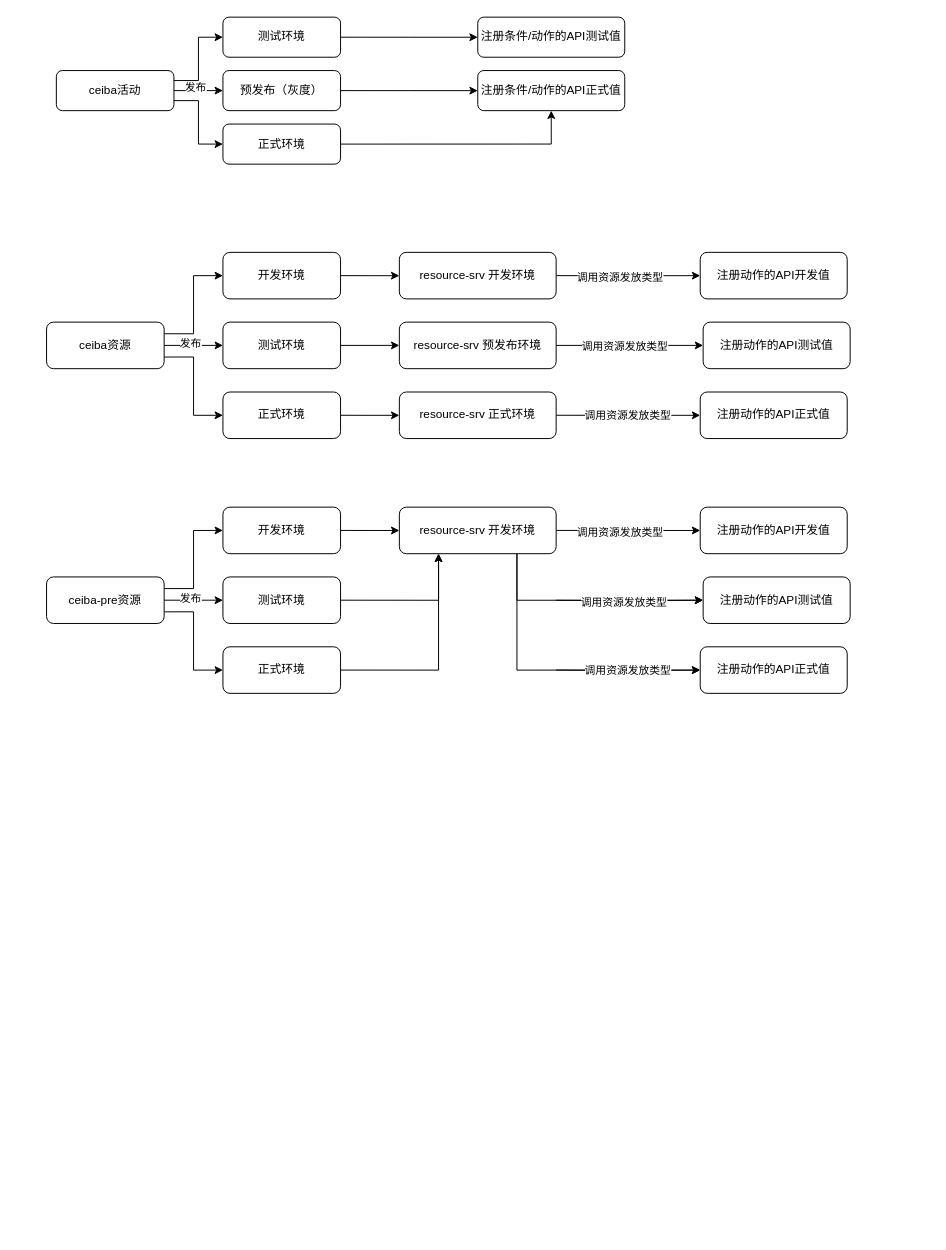
The draw.io diagram docs.drawio in axtrur/resource, before the edit. Source tidied: cells renumbered, new cells numbered last; positions are measured from the earlier drawing's top-left corner, leaving out a move shared by most shapes. Both pictures are drawn from the tidied source at 98%, with x=0, y=0 at pixel (46, 17).
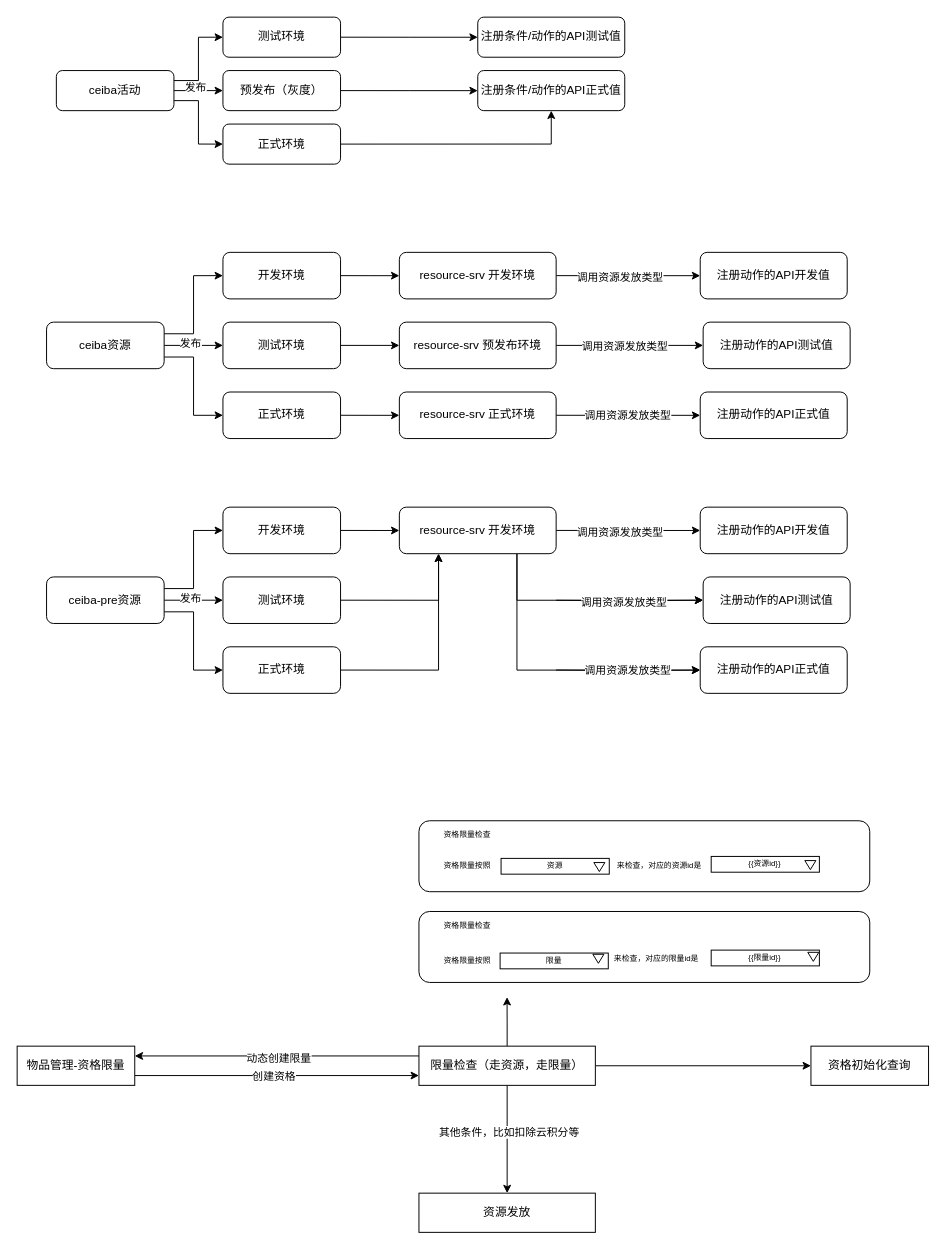
Above is the later version.

What changed in the source:
```diff
@@
+    <mxCell id="68" style="edgeStyle=orthogonalEdgeStyle;rounded=0;jettySize=auto;html=1;exitX=1;exitY=0.75;exitDx=0;exitDy=0;entryX=0;entryY=0.75;entryDx=0;entryDy=0;" parent="1" edge="1" source="70" target="77">
+      <mxGeometry relative="1" as="geometry" />
+    </mxCell>
+    <mxCell id="69" value="创建资格" style="edgeLabel;html=1;align=center;verticalAlign=middle;" parent="68" vertex="1">
+      <mxGeometry x="-0.41" y="3" relative="1" as="geometry">
+        <mxPoint x="55" y="3" as="offset" />
+      </mxGeometry>
+    </mxCell>
+    <mxCell id="70" value="物品管理-资格限量" style="rounded=0;whiteSpace=wrap;html=1;" parent="1" vertex="1">
+      <mxGeometry x="-30" y="1050" width="120" height="40" as="geometry" />
+    </mxCell>
+    <mxCell id="71" style="edgeStyle=orthogonalEdgeStyle;rounded=0;jettySize=auto;html=1;exitX=0.5;exitY=1;exitDx=0;exitDy=0;entryX=0.5;entryY=0;entryDx=0;entryDy=0;" parent="1" edge="1" source="77" target="78">
+      <mxGeometry relative="1" as="geometry" />
+    </mxCell>
+    <mxCell id="72" value="其他条件，比如扣除云积分等" style="edgeLabel;html=1;align=center;verticalAlign=middle;" parent="71" vertex="1">
+      <mxGeometry x="-0.15" y="1" relative="1" as="geometry" />
+    </mxCell>
+    <mxCell id="73" style="edgeStyle=orthogonalEdgeStyle;rounded=0;jettySize=auto;html=1;exitX=0;exitY=0.25;exitDx=0;exitDy=0;entryX=1;entryY=0.25;entryDx=0;entryDy=0;" parent="1" edge="1" source="77" target="70">
+      <mxGeometry relative="1" as="geometry" />
+    </mxCell>
+    <mxCell id="74" value="动态创建限量" style="edgeLabel;html=1;align=center;verticalAlign=middle;" parent="73" vertex="1">
+      <mxGeometry x="-0.01" y="2" relative="1" as="geometry" />
+    </mxCell>
+    <mxCell id="75" style="edgeStyle=orthogonalEdgeStyle;rounded=0;jettySize=auto;html=1;exitX=1;exitY=0.5;exitDx=0;exitDy=0;" parent="1" edge="1" source="77" target="79">
+      <mxGeometry relative="1" as="geometry" />
+    </mxCell>
+    <mxCell id="76" style="edgeStyle=orthogonalEdgeStyle;rounded=0;jettySize=auto;html=1;exitX=0.5;exitY=0;exitDx=0;exitDy=0;" parent="1" edge="1" source="77">
+      <mxGeometry relative="1" as="geometry">
+        <mxPoint x="469.9" y="1000" as="targetPoint" />
+      </mxGeometry>
+    </mxCell>
+    <mxCell id="77" value="限量检查（走资源，走限量）" style="rounded=0;whiteSpace=wrap;html=1;" parent="1" vertex="1">
+      <mxGeometry x="380" y="1050" width="180" height="40" as="geometry" />
+    </mxCell>
+    <mxCell id="78" value="资源发放" style="rounded=0;whiteSpace=wrap;html=1;" parent="1" vertex="1">
+      <mxGeometry x="380" y="1200" width="180" height="40" as="geometry" />
+    </mxCell>
+    <mxCell id="79" value="资格初始化查询" style="rounded=0;whiteSpace=wrap;html=1;" parent="1" vertex="1">
+      <mxGeometry x="780" y="1050" width="120" height="40" as="geometry" />
+    </mxCell>
+    <mxCell id="80" style="group;" parent="1" vertex="1">
+      <mxGeometry x="380" y="820" width="460" height="165" as="geometry" />
+    </mxCell>
+    <mxCell id="81" style="rounded=1;whiteSpace=wrap;html=1;fontSize=8;" parent="80" vertex="1">
+      <mxGeometry width="460" height="72.4" as="geometry" />
+    </mxCell>
+    <mxCell id="82" value="资源" style="rounded=0;whiteSpace=wrap;html=1;fontSize=8;" parent="80" vertex="1">
+      <mxGeometry x="83.8" y="38.4" width="110.4" height="16.1" as="geometry" />
+    </mxCell>
+    <mxCell id="83" value="{{资源id}}" style="rounded=0;whiteSpace=wrap;html=1;fontSize=8;" parent="80" vertex="1">
+      <mxGeometry x="298.2" y="36.4" width="110.4" height="16.1" as="geometry" />
+    </mxCell>
+    <mxCell id="84" style="triangle;whiteSpace=wrap;html=1;rotation=90;fontSize=8;" parent="80" vertex="1">
+      <mxGeometry x="179.5" y="41.6" width="9.2" height="11.3" as="geometry" />
+    </mxCell>
+    <mxCell id="85" style="triangle;whiteSpace=wrap;html=1;rotation=90;fontSize=8;" parent="80" vertex="1">
+      <mxGeometry x="394.8" y="39.6" width="9.2" height="11.3" as="geometry" />
+    </mxCell>
+    <mxCell id="86" value="资格限量检查" style="text;html=1;align=center;verticalAlign=middle;strokeColor=none;fillColor=none;fontSize=8;" parent="80" vertex="1">
+      <mxGeometry x="13.8" y="4" width="70" height="20" as="geometry" />
+    </mxCell>
+    <mxCell id="87" value="资格限量按照" style="text;html=1;align=center;verticalAlign=middle;strokeColor=none;fillColor=none;fontSize=8;" parent="80" vertex="1">
+      <mxGeometry x="13.8" y="36.2" width="70" height="20" as="geometry" />
+    </mxCell>
+    <mxCell id="88" value="来检查，对应的资源id是" style="text;html=1;align=center;verticalAlign=middle;strokeColor=none;fillColor=none;fontSize=8;" parent="80" vertex="1">
+      <mxGeometry x="190.1" y="36.2" width="110" height="20" as="geometry" />
+    </mxCell>
+    <mxCell id="89" style="rounded=1;whiteSpace=wrap;html=1;fontSize=8;" parent="80" vertex="1">
+      <mxGeometry y="92.6" width="460" height="72.4" as="geometry" />
+    </mxCell>
+    <mxCell id="90" value="限量" style="rounded=0;whiteSpace=wrap;html=1;fontSize=8;" parent="80" vertex="1">
+      <mxGeometry x="82.8" y="135" width="110.4" height="16.1" as="geometry" />
+    </mxCell>
+    <mxCell id="91" value="{{限量id}}" style="rounded=0;whiteSpace=wrap;html=1;fontSize=8;" parent="80" vertex="1">
+      <mxGeometry x="298.2" y="132" width="110.4" height="16.1" as="geometry" />
+    </mxCell>
+    <mxCell id="92" style="triangle;whiteSpace=wrap;html=1;rotation=90;fontSize=8;" parent="80" vertex="1">
+      <mxGeometry x="178.5" y="135.2" width="9.2" height="11.3" as="geometry" />
+    </mxCell>
+    <mxCell id="93" style="triangle;whiteSpace=wrap;html=1;rotation=90;fontSize=8;" parent="80" vertex="1">
+      <mxGeometry x="397.8" y="133.2" width="9.2" height="11.3" as="geometry" />
+    </mxCell>
+    <mxCell id="94" value="资格限量检查" style="text;html=1;align=center;verticalAlign=middle;strokeColor=none;fillColor=none;fontSize=8;" parent="80" vertex="1">
+      <mxGeometry x="13.8" y="96.6" width="70" height="20" as="geometry" />
+    </mxCell>
+    <mxCell id="95" value="资格限量按照" style="text;html=1;align=center;verticalAlign=middle;strokeColor=none;fillColor=none;fontSize=8;" parent="80" vertex="1">
+      <mxGeometry x="13.8" y="132.8" width="70" height="20" as="geometry" />
+    </mxCell>
+    <mxCell id="96" value="来检查，对应的限量id是" style="text;html=1;align=center;verticalAlign=middle;strokeColor=none;fillColor=none;fontSize=8;" parent="80" vertex="1">
+      <mxGeometry x="187.1" y="130.8" width="110" height="20" as="geometry" />
+    </mxCell>
```
